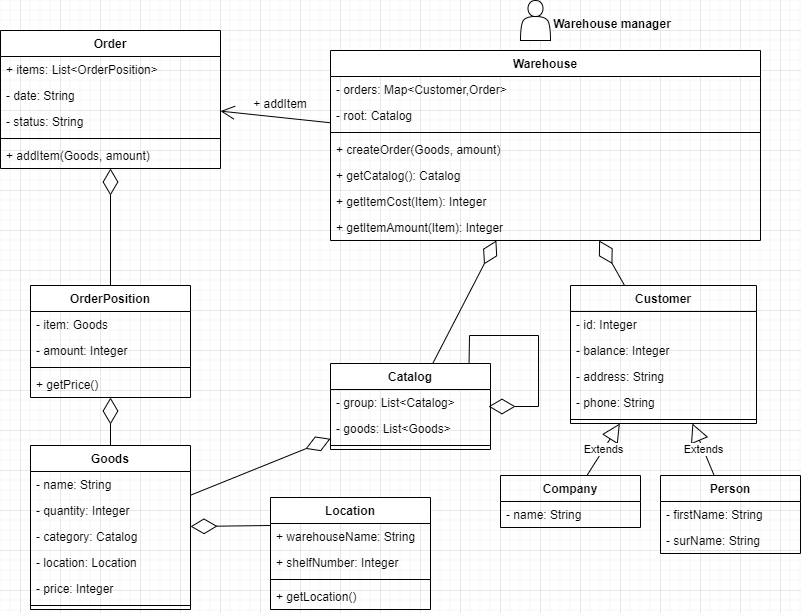
The draw.io diagram warehouse.drawio.png in noteandmark/warehouse, before a commit. Source tidied: cells renumbered, new cells last; positions are measured from the earlier drawing's top-left corner, leaving out a move shared by most shapes.
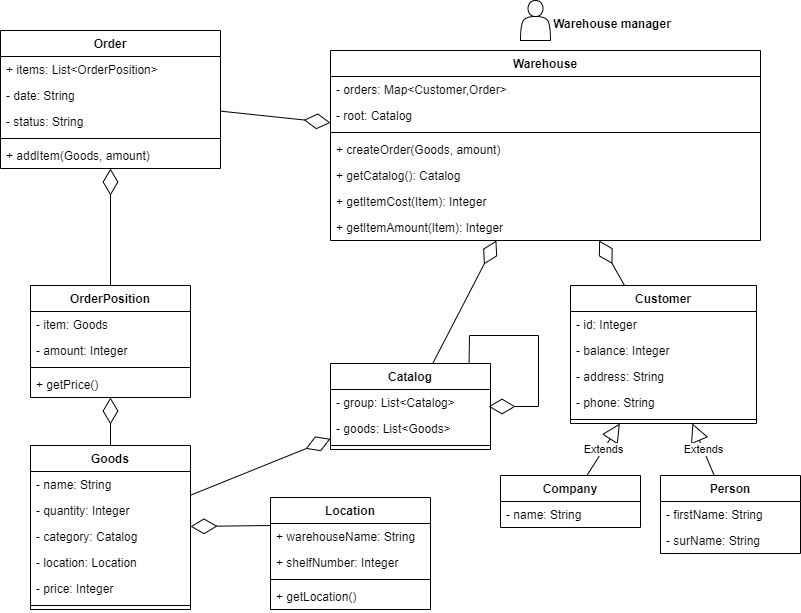
Later version of the same file.

The edit, as a diff of the source:
```diff
@@ -161,9 +161,6 @@
     <mxCell id="54" style="endArrow=diamondThin;endFill=0;endSize=24;html=1;rounded=0;" parent="1" edge="1" source="14" target="48">
       <mxGeometry relative="1" as="geometry" />
     </mxCell>
-    <mxCell id="55" style="endArrow=open;endFill=1;endSize=12;html=1;rounded=0;" parent="1" edge="1" source="28" target="2">
-      <mxGeometry relative="1" as="geometry" />
-    </mxCell>
     <mxCell id="56" style="endArrow=diamondThin;endFill=0;endSize=24;html=1;rounded=0;" parent="1" edge="1">
       <mxGeometry relative="1" as="geometry">
         <mxPoint x="468.6" y="363" as="sourcePoint" />
@@ -181,11 +178,11 @@
     <mxCell id="58" value="Warehouse manager" style="text;align=center;fontStyle=1;verticalAlign=middle;spacingLeft=3;spacingRight=3;strokeColor=none;" parent="1" vertex="1">
       <mxGeometry x="572" y="10" width="80" height="26" as="geometry" />
     </mxCell>
-    <mxCell id="59" value="+ addItem" style="text;align=center;fontStyle=0;verticalAlign=middle;spacingLeft=3;spacingRight=3;strokeColor=none;" parent="1" vertex="1">
-      <mxGeometry x="240" y="90" width="80" height="26" as="geometry" />
-    </mxCell>
     <mxCell id="60" style="endArrow=diamondThin;endFill=0;endSize=24;html=1;rounded=0;exitX=0;exitY=0.25;exitDx=0;exitDy=0;" parent="1" edge="1" source="37" target="14">
       <mxGeometry relative="1" as="geometry" />
     </mxCell>
+    <mxCell id="61" style="endArrow=diamondThin;endFill=0;endSize=24;html=1;rounded=0;" parent="1" edge="1" source="2" target="28">
+      <mxGeometry relative="1" as="geometry" />
+    </mxCell>
   </root>
 </mxGraphModel>
```
